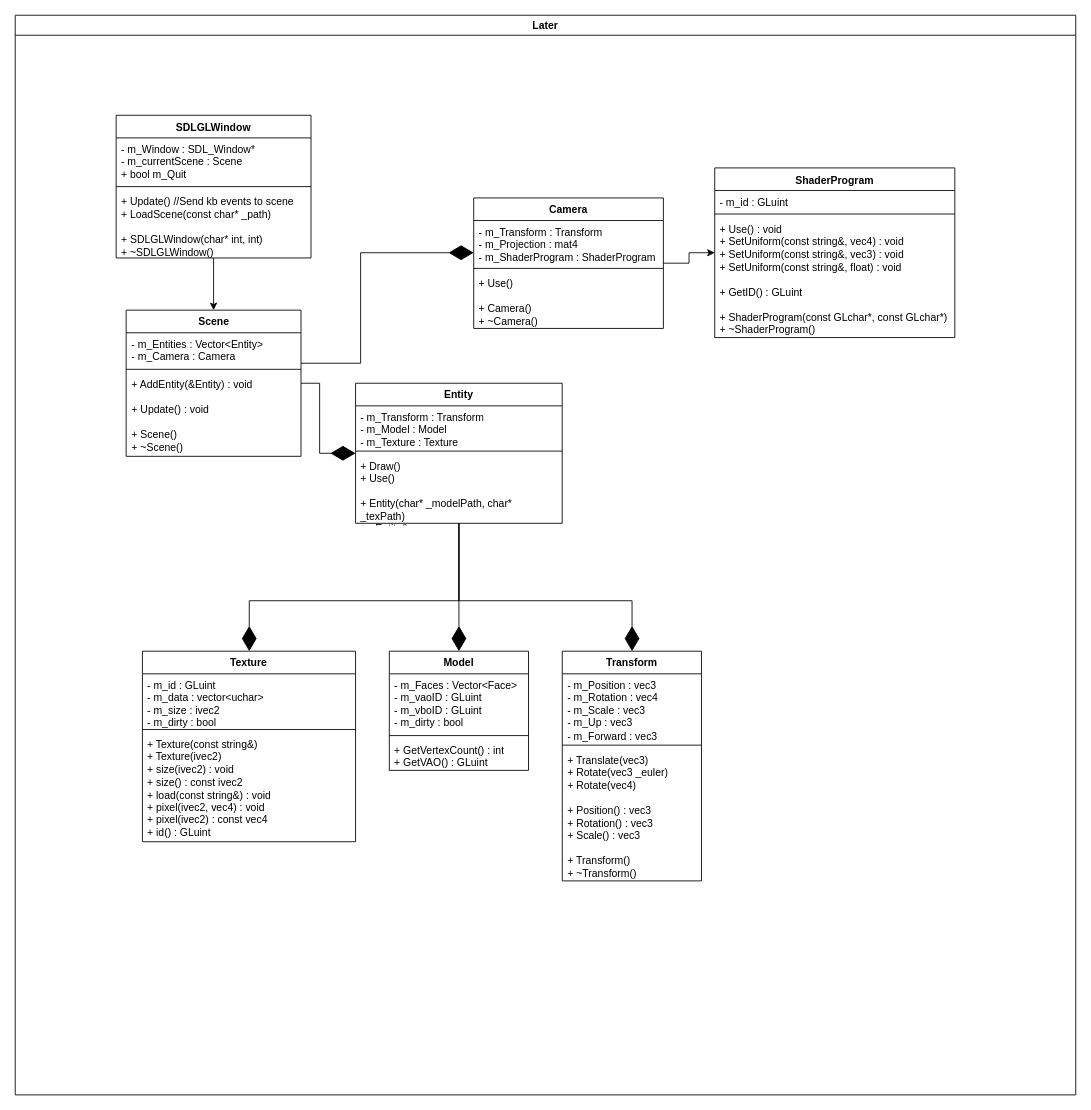
Earlier version of the draw.io diagram GLProgram.drawio (RanakOFour/3DGPProject). Source tidied: cells renumbered, new cells numbered last; positions are measured from the earlier drawing's top-left corner, leaving out a move shared by most shapes. Both pictures are drawn from the tidied source at 87%, with x=0, y=0 at pixel (15, 15).
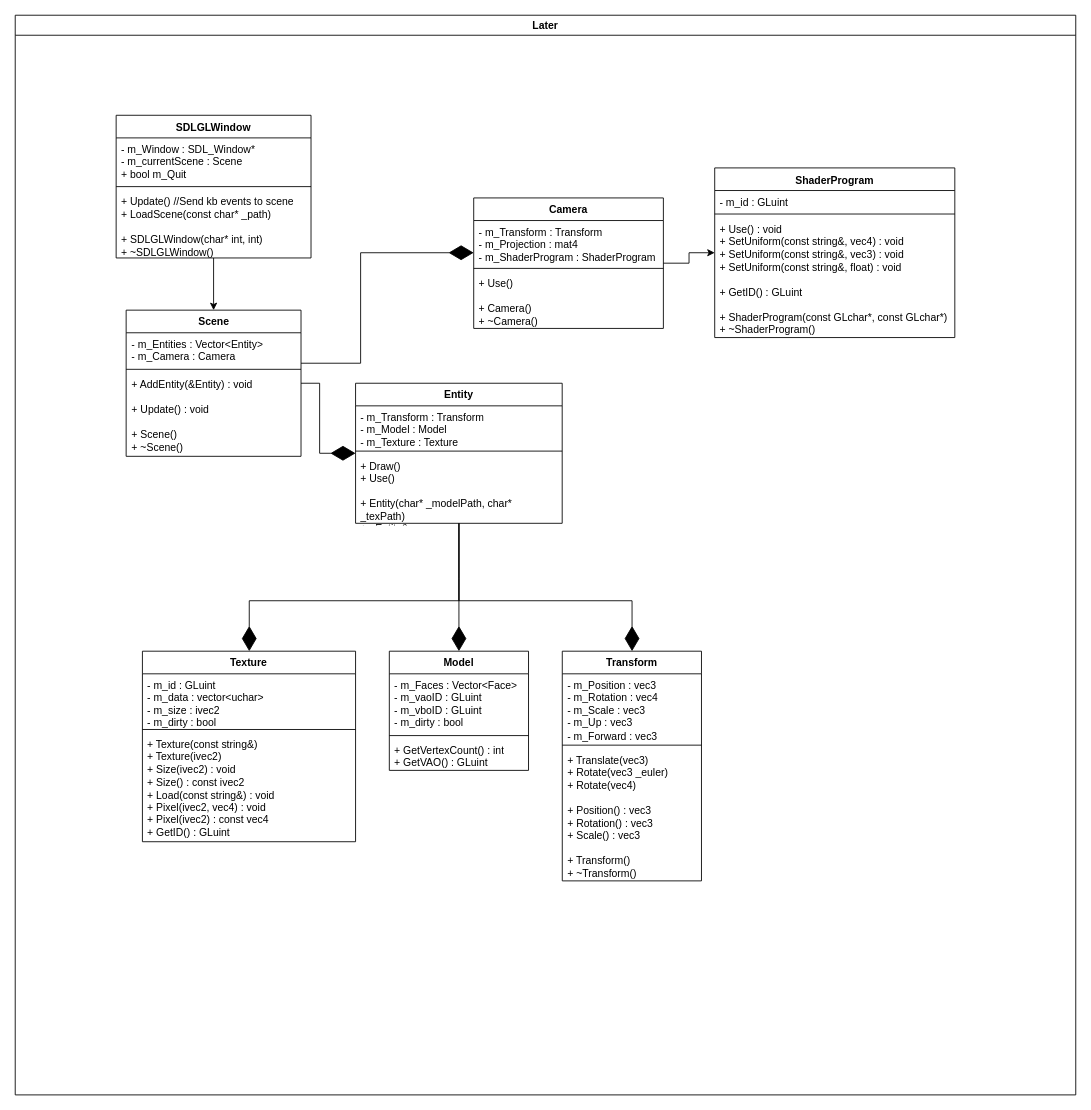
The same page after the edit.

Commit message (it also covers changes not shown here):
Diagram (Will undo component?)

Unchanged cells that the change refers to:
```xml
<mxCell id="8" value="Texture" style="swimlane;fontStyle=1;align=center;verticalAlign=top;horizontal=1;startSize=26;whiteSpace=wrap;html=1;" parent="2" vertex="1">
  <mxGeometry x="146.2" y="731" width="245" height="219" as="geometry" />
</mxCell>
```

Change to the diagram source:
```diff
@@
-    <mxCell id="11" value="&lt;font style=&quot;color: light-dark(rgb(0, 0, 0), rgb(255, 255, 255));&quot;&gt;+ Texture(const string&amp;amp;)&lt;/font&gt;&lt;div&gt;&lt;font style=&quot;color: light-dark(rgb(0, 0, 0), rgb(255, 255, 255));&quot;&gt;+ Texture(ivec2)&lt;/font&gt;&lt;/div&gt;&lt;div&gt;&lt;font style=&quot;color: light-dark(rgb(0, 0, 0), rgb(255, 255, 255));&quot;&gt;+ size(ivec2) : void&lt;/font&gt;&lt;/div&gt;&lt;div&gt;&lt;font style=&quot;color: light-dark(rgb(0, 0, 0), rgb(255, 255, 255));&quot;&gt;+ size() : const ivec2&lt;/font&gt;&lt;/div&gt;&lt;div&gt;&lt;font style=&quot;color: light-dark(rgb(0, 0, 0), rgb(255, 255, 255));&quot;&gt;+ load(const string&amp;amp;) : void&lt;/font&gt;&lt;/div&gt;&lt;div&gt;&lt;font style=&quot;color: light-dark(rgb(0, 0, 0), rgb(255, 255, 255));&quot;&gt;+ pixel(ivec2, vec4) : void&lt;/font&gt;&lt;/div&gt;&lt;div&gt;&lt;font style=&quot;color: light-dark(rgb(0, 0, 0), rgb(255, 255, 255));&quot;&gt;+ pixel(ivec2) : const vec4&lt;/font&gt;&lt;/div&gt;&lt;div&gt;&lt;font style=&quot;color: light-dark(rgb(0, 0, 0), rgb(255, 255, 255));&quot;&gt;+ id() : GLuint&lt;/font&gt;&lt;/div&gt;" style="text;strokeColor=none;fillColor=none;align=left;verticalAlign=top;spacingLeft=4;spacingRight=4;overflow=hidden;whiteSpace=wrap;html=1;" parent="8" vertex="1">
+    <mxCell id="11" value="&lt;font style=&quot;color: light-dark(rgb(0, 0, 0), rgb(255, 255, 255));&quot;&gt;+ Texture(const string&amp;amp;)&lt;/font&gt;&lt;div&gt;&lt;font style=&quot;color: light-dark(rgb(0, 0, 0), rgb(255, 255, 255));&quot;&gt;+ Texture(ivec2)&lt;/font&gt;&lt;/div&gt;&lt;div&gt;&lt;font style=&quot;color: light-dark(rgb(0, 0, 0), rgb(255, 255, 255));&quot;&gt;+ Size(ivec2) : void&lt;/font&gt;&lt;/div&gt;&lt;div&gt;&lt;font style=&quot;color: light-dark(rgb(0, 0, 0), rgb(255, 255, 255));&quot;&gt;+ Size() : const ivec2&lt;/font&gt;&lt;/div&gt;&lt;div&gt;&lt;font style=&quot;color: light-dark(rgb(0, 0, 0), rgb(255, 255, 255));&quot;&gt;+ Load(const string&amp;amp;) : void&lt;/font&gt;&lt;/div&gt;&lt;div&gt;&lt;font style=&quot;color: light-dark(rgb(0, 0, 0), rgb(255, 255, 255));&quot;&gt;+ Pixel(ivec2, vec4) : void&lt;/font&gt;&lt;/div&gt;&lt;div&gt;&lt;font style=&quot;color: light-dark(rgb(0, 0, 0), rgb(255, 255, 255));&quot;&gt;+ Pixel(ivec2) : const vec4&lt;/font&gt;&lt;/div&gt;&lt;div&gt;&lt;font style=&quot;color: light-dark(rgb(0, 0, 0), rgb(255, 255, 255));&quot;&gt;+ GetID() : GLuint&lt;/font&gt;&lt;/div&gt;" style="text;strokeColor=none;fillColor=none;align=left;verticalAlign=top;spacingLeft=4;spacingRight=4;overflow=hidden;whiteSpace=wrap;html=1;" parent="8" vertex="1">
       <mxGeometry y="94" width="245" height="125" as="geometry" />
     </mxCell>
```
